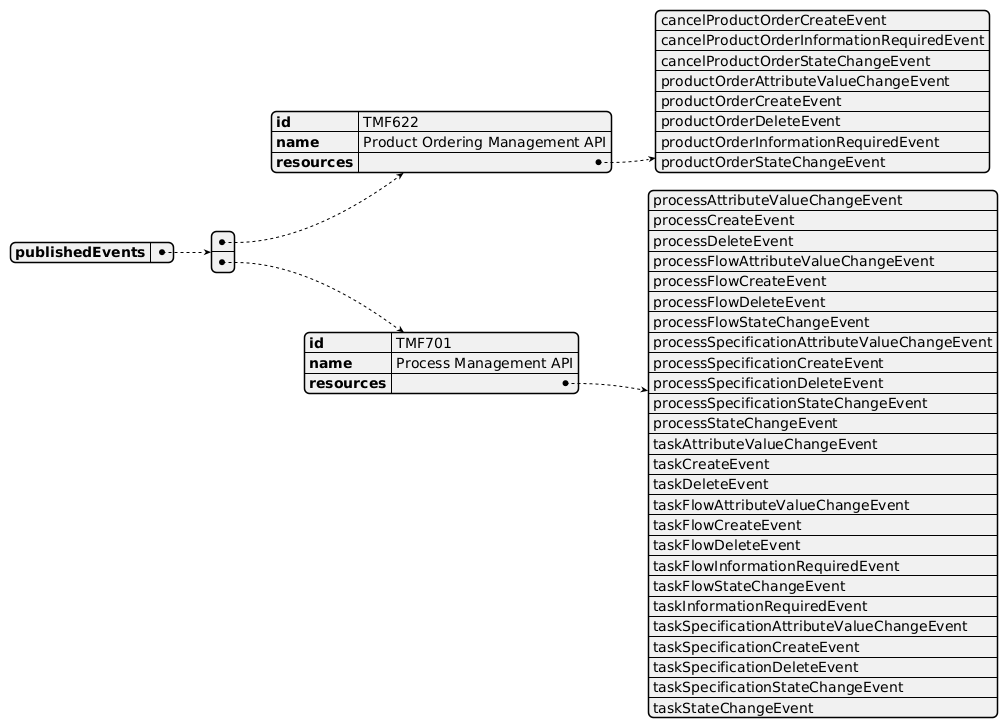
The PlantUML diagram specifications/TMFC003-ProductOrderDeliveryOrchestrationAndManagement/Diagrams/temp/TMFC003_Published_Events.png in hvaughanattmforum/WebSpecDemoData, before a commit.
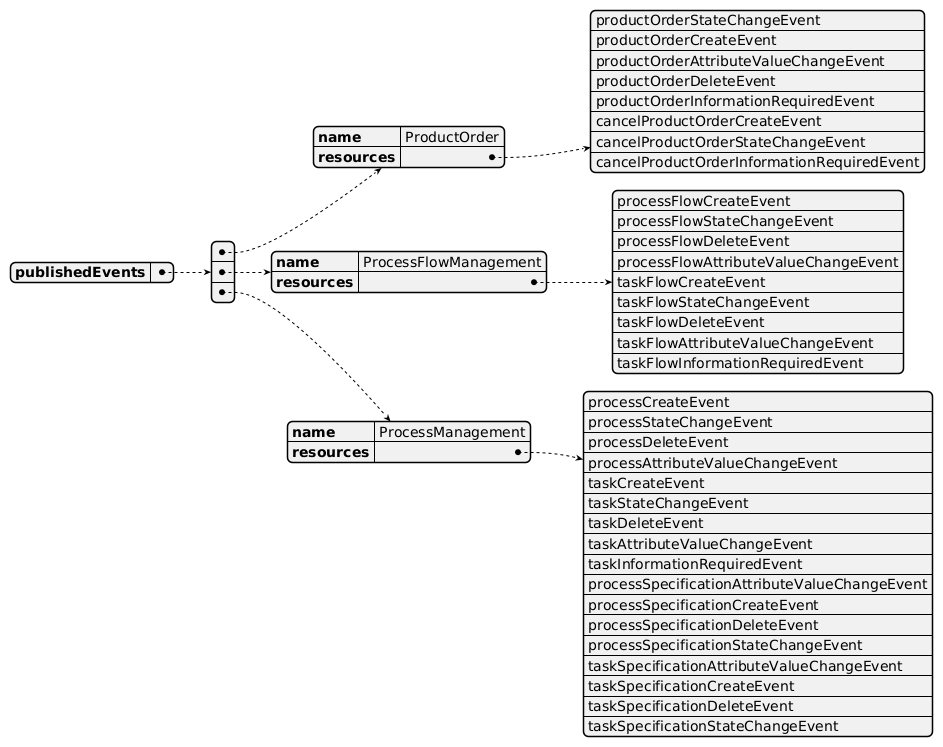
The same diagram one commit later.

The edit, as a diff of the source:
```diff
@@ -1,44 +1,44 @@
 @startyaml
 publishedEvents:
-  - id: TMF622
-    name: Product Ordering Management API
+  - name: ProductOrder
     resources:
-      - cancelProductOrderCreateEvent
-      - cancelProductOrderInformationRequiredEvent
-      - cancelProductOrderStateChangeEvent
+      - productOrderStateChangeEvent
+      - productOrderCreateEvent
       - productOrderAttributeValueChangeEvent
-      - productOrderCreateEvent
       - productOrderDeleteEvent
       - productOrderInformationRequiredEvent
-      - productOrderStateChangeEvent
-  - id: TMF701
-    name: Process Management API
+      - cancelProductOrderCreateEvent
+      - cancelProductOrderStateChangeEvent
+      - cancelProductOrderInformationRequiredEvent
+  - name: ProcessFlowManagement
     resources:
+      - processFlowCreateEvent
+      - processFlowStateChangeEvent
+      - processFlowDeleteEvent
+      - processFlowAttributeValueChangeEvent
+      - taskFlowCreateEvent
+      - taskFlowStateChangeEvent
+      - taskFlowDeleteEvent
+      - taskFlowAttributeValueChangeEvent
+      - taskFlowInformationRequiredEvent
+  - name: ProcessManagement
+    resources:
+      - processCreateEvent
+      - processStateChangeEvent
+      - processDeleteEvent
       - processAttributeValueChangeEvent
-      - processCreateEvent
-      - processDeleteEvent
-      - processFlowAttributeValueChangeEvent
-      - processFlowCreateEvent
-      - processFlowDeleteEvent
-      - processFlowStateChangeEvent
+      - taskCreateEvent
+      - taskStateChangeEvent
+      - taskDeleteEvent
+      - taskAttributeValueChangeEvent
+      - taskInformationRequiredEvent
       - processSpecificationAttributeValueChangeEvent
       - processSpecificationCreateEvent
       - processSpecificationDeleteEvent
       - processSpecificationStateChangeEvent
-      - processStateChangeEvent
-      - taskAttributeValueChangeEvent
-      - taskCreateEvent
-      - taskDeleteEvent
-      - taskFlowAttributeValueChangeEvent
-      - taskFlowCreateEvent
-      - taskFlowDeleteEvent
-      - taskFlowInformationRequiredEvent
-      - taskFlowStateChangeEvent
-      - taskInformationRequiredEvent
       - taskSpecificationAttributeValueChangeEvent
       - taskSpecificationCreateEvent
       - taskSpecificationDeleteEvent
       - taskSpecificationStateChangeEvent
-      - taskStateChangeEvent
 
 @endyaml
```
